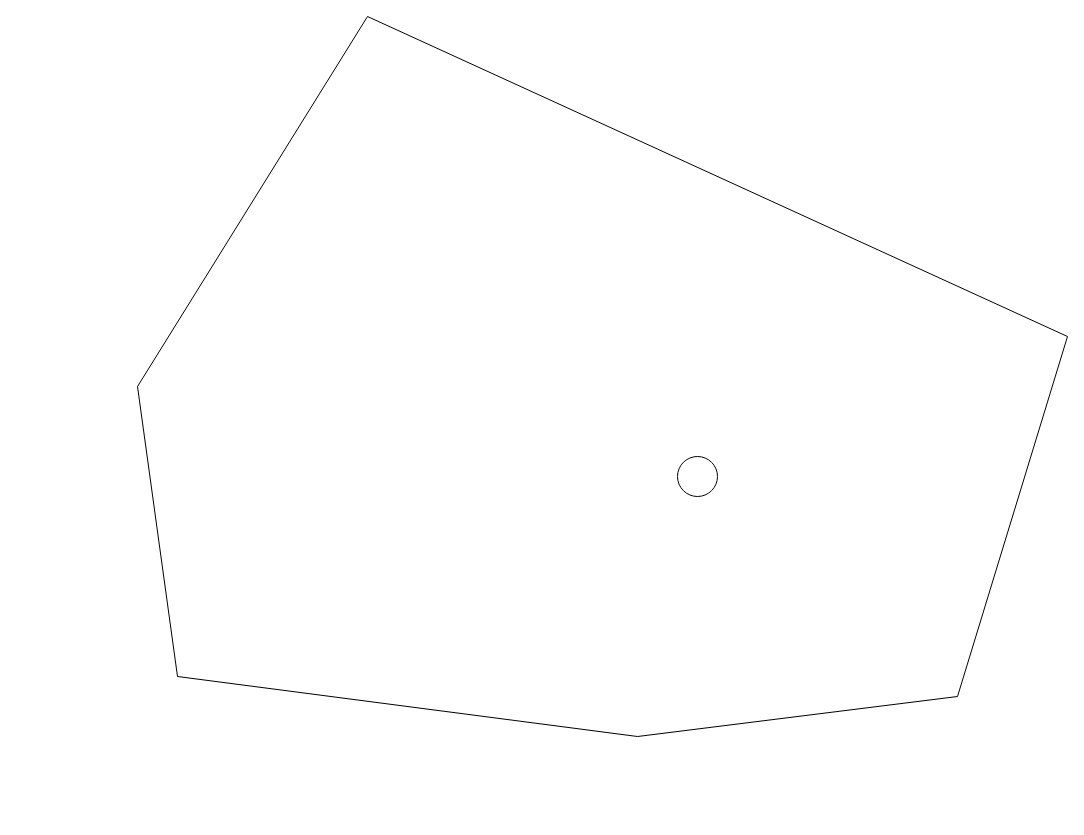
The draw.io diagram All.drawio in oldyears/hello-world, before the edit. Source tidied: cells renumbered, new cells numbered last; positions are measured from the earlier drawing's top-left corner, leaving out a move shared by most shapes. Both pictures are drawn from the tidied source at 100%, with x=0, y=0 at pixel (137, 16).
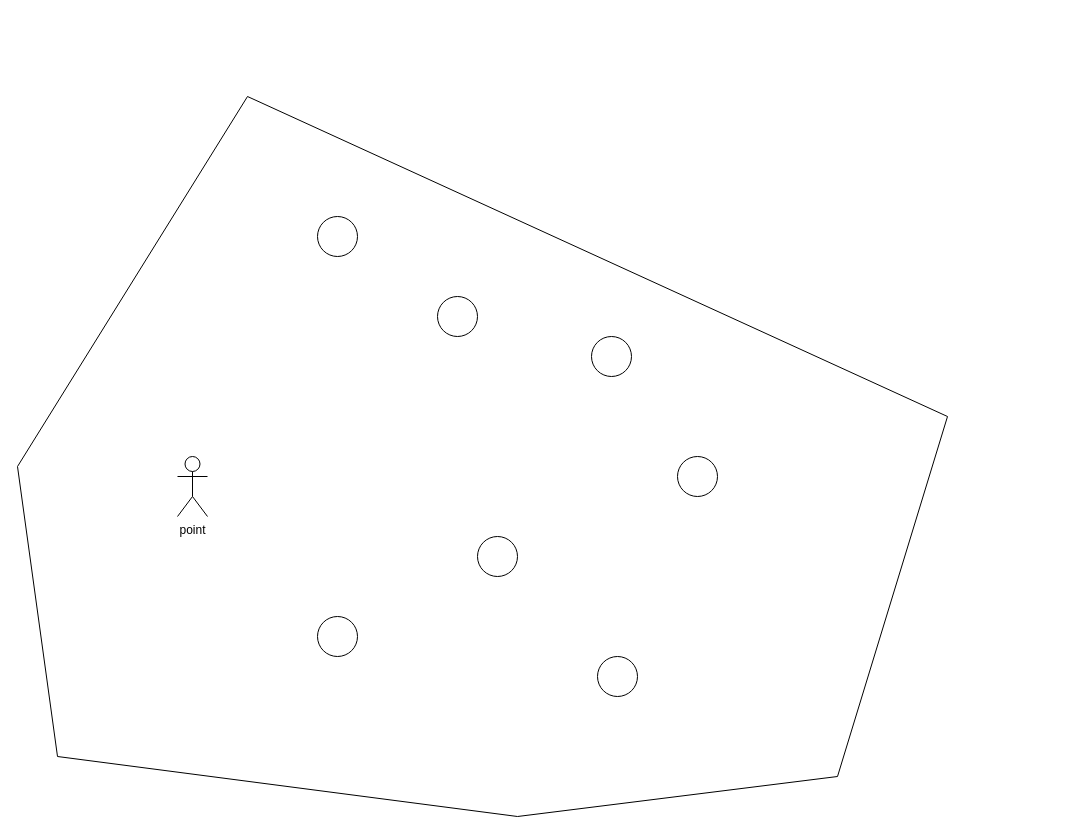
Above is the later version.

Change to the diagram source:
```diff
@@
     <mxCell id="3" style="endArrow=none;html=1;rounded=0;" parent="1" edge="1">
       <mxGeometry relative="1" as="geometry">
-        <mxPoint x="500" y="720" as="sourcePoint" />
-        <mxPoint x="820" y="680" as="targetPoint" />
+        <mxPoint x="380" y="800" as="sourcePoint" />
+        <mxPoint x="700" y="760" as="targetPoint" />
       </mxGeometry>
     </mxCell>
     <mxCell id="4" style="endArrow=none;html=1;rounded=0;" parent="1" edge="1">
       <mxGeometry relative="1" as="geometry">
-        <mxPoint x="820" y="680" as="sourcePoint" />
-        <mxPoint x="930" y="320" as="targetPoint" />
+        <mxPoint x="700" y="760" as="sourcePoint" />
+        <mxPoint x="810" y="400" as="targetPoint" />
       </mxGeometry>
     </mxCell>
     <mxCell id="5" style="endArrow=none;html=1;rounded=0;" parent="1" edge="1">
       <mxGeometry relative="1" as="geometry">
-        <mxPoint x="230" as="sourcePoint" />
-        <mxPoint x="930" y="320" as="targetPoint" />
+        <mxPoint x="110" y="80" as="sourcePoint" />
+        <mxPoint x="810" y="400" as="targetPoint" />
       </mxGeometry>
     </mxCell>
     <mxCell id="6" style="endArrow=none;html=1;rounded=0;" parent="1" edge="1">
       <mxGeometry relative="1" as="geometry">
-        <mxPoint y="370" as="sourcePoint" />
-        <mxPoint x="230" as="targetPoint" />
+        <mxPoint x="-120" y="450" as="sourcePoint" />
+        <mxPoint x="110" y="80" as="targetPoint" />
       </mxGeometry>
     </mxCell>
     <mxCell id="7" style="endArrow=none;html=1;rounded=0;" parent="1" edge="1">
       <mxGeometry relative="1" as="geometry">
-        <mxPoint y="370" as="sourcePoint" />
-        <mxPoint x="40" y="660" as="targetPoint" />
+        <mxPoint x="-120" y="450" as="sourcePoint" />
+        <mxPoint x="-80" y="740" as="targetPoint" />
       </mxGeometry>
     </mxCell>
     <mxCell id="8" style="endArrow=none;html=1;rounded=0;" parent="1" edge="1">
       <mxGeometry relative="1" as="geometry">
-        <mxPoint x="40" y="660" as="sourcePoint" />
-        <mxPoint x="500" y="720" as="targetPoint" />
+        <mxPoint x="-80" y="740" as="sourcePoint" />
+        <mxPoint x="380" y="800" as="targetPoint" />
       </mxGeometry>
     </mxCell>
+    <mxCell id="9" value="point" style="shape=umlActor;verticalLabelPosition=bottom;verticalAlign=top;html=1;" parent="1" vertex="1">
+      <mxGeometry x="40" y="440" width="30" height="60" as="geometry" />
+    </mxCell>
+    <mxCell id="10" style="ellipse;whiteSpace=wrap;html=1;" parent="1" vertex="1">
+      <mxGeometry x="340" y="520" width="40" height="40" as="geometry" />
+    </mxCell>
+    <mxCell id="11" style="ellipse;whiteSpace=wrap;html=1;" parent="1" vertex="1">
+      <mxGeometry x="300" y="280" width="40" height="40" as="geometry" />
+    </mxCell>
+    <mxCell id="12" style="ellipse;whiteSpace=wrap;html=1;" parent="1" vertex="1">
+      <mxGeometry x="180" y="600" width="40" height="40" as="geometry" />
+    </mxCell>
+    <mxCell id="13" style="ellipse;whiteSpace=wrap;html=1;" parent="1" vertex="1">
+      <mxGeometry x="460" y="640" width="40" height="40" as="geometry" />
+    </mxCell>
+    <mxCell id="14" style="ellipse;whiteSpace=wrap;html=1;" parent="1" vertex="1">
+      <mxGeometry x="454" y="320" width="40" height="40" as="geometry" />
+    </mxCell>
+    <mxCell id="15" style="ellipse;whiteSpace=wrap;html=1;" parent="1" vertex="1">
+      <mxGeometry x="180" y="200" width="40" height="40" as="geometry" />
+    </mxCell>
```
